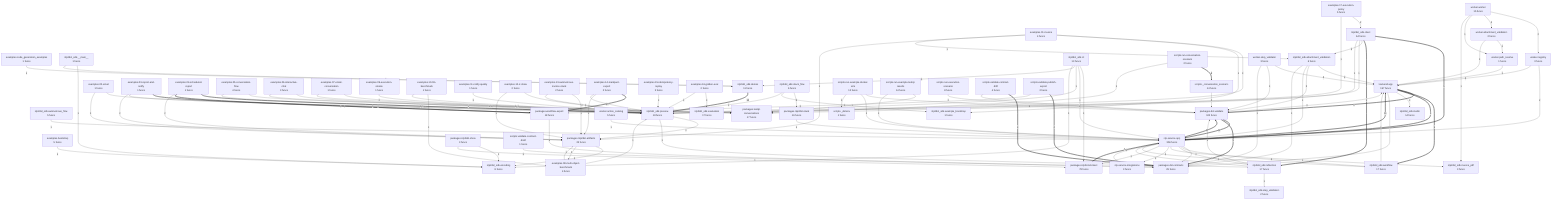
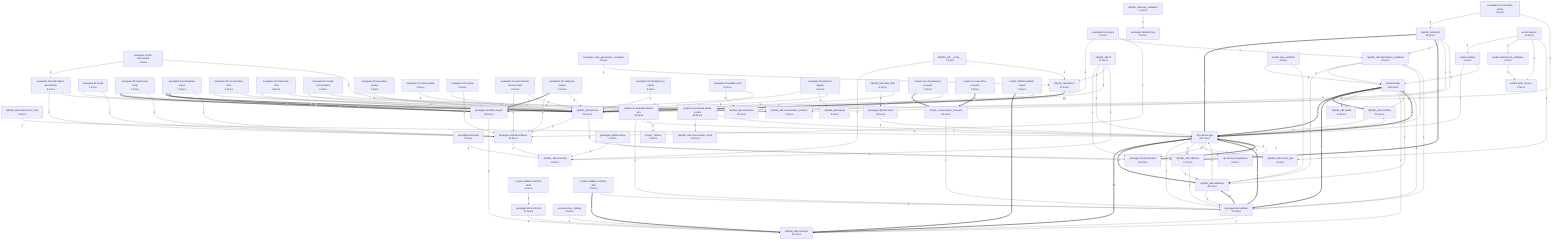
flowchart TD
%% generated in 0.06s
-     backend__app["backend.app<br/>157 funcs"]
+     backend__app["backend.app<br/>169 funcs"]
    examples__01_invoice["examples.01-invoice<br/>4 funcs"]
    examples__02_email["examples.02-email<br/>1 funcs"]
    examples__03_report_and_notify["examples.03-report-and-notify<br/>1 funcs"]
    examples__04_scheduled_report["examples.04-scheduled-report<br/>1 funcs"]
    examples__05_conversation_flow["examples.05-conversation-flow<br/>4 funcs"]
    examples__06_interactive_chat["examples.06-interactive-chat<br/>3 funcs"]
    examples__07_email_conversation["examples.07-email-conversation<br/>1 funcs"]
    examples__08_multi_object_benchmark["examples.08-multi-object-benchmark<br/>4 funcs"]
    examples__09_execution_smoke["examples.09-execution-smoke<br/>1 funcs"]
    examples__10_llm_benchmark["examples.10-llm-benchmark<br/>1 funcs"]
    examples__11_notify_quality["examples.11-notify-quality<br/>1 funcs"]
    examples__12_ir_show["examples.12-ir-show<br/>2 funcs"]
    examples__13_autonomous_invoice_stack["examples.13-autonomous-invoice-stack<br/>2 funcs"]
    examples__14_markpact_export["examples.14-markpact-export<br/>2 funcs"]
    examples__15_idempotency_replay["examples.15-idempotency-replay<br/>3 funcs"]
    examples__16_golden_eval["examples.16-golden-eval<br/>2 funcs"]
    examples__17_execution_policy["examples.17-execution-policy<br/>5 funcs"]
+     examples__20_pactown_deploy["examples.20-pactown-deploy<br/>2 funcs"]
    examples__bootstrap["examples.bootstrap<br/>5 funcs"]
    examples__code_generation_examples["examples.code_generation_examples<br/>1 funcs"]
-     nlp_service__app["nlp-service.app<br/>356 funcs"]
+     nlp_service__app["nlp-service.app<br/>397 funcs"]
    nlp_service__integrations["nlp-service.integrations<br/>3 funcs"]
    nlp2dsl_sdk____main__["nlp2dsl_sdk.__main__<br/>1 funcs"]
    nlp2dsl_sdk__attachment_validation["nlp2dsl_sdk.attachment_validation<br/>6 funcs"]
    nlp2dsl_sdk__autonomous_flow["nlp2dsl_sdk.autonomous_flow<br/>5 funcs"]
    nlp2dsl_sdk__cli["nlp2dsl_sdk.cli<br/>13 funcs"]
-     nlp2dsl_sdk__client["nlp2dsl_sdk.client<br/>64 funcs"]
+     nlp2dsl_sdk__client["nlp2dsl_sdk.client<br/>66 funcs"]
+     nlp2dsl_sdk__contracts["nlp2dsl_sdk.contracts<br/>15 funcs"]
+     nlp2dsl_sdk__conversation_artifacts["nlp2dsl_sdk.conversation_artifacts<br/>7 funcs"]
+     nlp2dsl_sdk__conversation_testql["nlp2dsl_sdk.conversation_testql<br/>10 funcs"]
    nlp2dsl_sdk__demos["nlp2dsl_sdk.demos<br/>11 funcs"]
+     nlp2dsl_sdk__deploy["nlp2dsl_sdk.deploy<br/>3 funcs"]
    nlp2dsl_sdk__encoding["nlp2dsl_sdk.encoding<br/>8 funcs"]
-     nlp2dsl_sdk__evaluation["nlp2dsl_sdk.evaluation<br/>17 funcs"]
-     nlp2dsl_sdk__example_bootstrap["nlp2dsl_sdk.example_bootstrap<br/>1 funcs"]
+     nlp2dsl_sdk__evaluation["nlp2dsl_sdk.evaluation<br/>20 funcs"]
    nlp2dsl_sdk__invoice_pdf["nlp2dsl_sdk.invoice_pdf<br/>3 funcs"]
-     nlp2dsl_sdk__mullm["nlp2dsl_sdk.mullm<br/>14 funcs"]
+     nlp2dsl_sdk__mullm["nlp2dsl_sdk.mullm<br/>24 funcs"]
    nlp2dsl_sdk__preview["nlp2dsl_sdk.preview<br/>18 funcs"]
    nlp2dsl_sdk__reflection["nlp2dsl_sdk.reflection<br/>17 funcs"]
    nlp2dsl_sdk__stack_flow["nlp2dsl_sdk.stack_flow<br/>6 funcs"]
    nlp2dsl_sdk__step_validation["nlp2dsl_sdk.step_validation<br/>2 funcs"]
-     nlp2dsl_sdk__workflow["nlp2dsl_sdk.workflow<br/>17 funcs"]
-     packages__dsl_contracts["packages.dsl-contracts<br/>29 funcs"]
-     packages__dsl_validate["packages.dsl-validate<br/>102 funcs"]
-     packages__nlp2cmd_intent["packages.nlp2cmd-intent<br/>78 funcs"]
-     packages__nlp2dsl_artifacts["packages.nlp2dsl-artifacts<br/>23 funcs"]
+     nlp2dsl_sdk__validation["nlp2dsl_sdk.validation<br/>49 funcs"]
+     nlp2dsl_sdk__workflow["nlp2dsl_sdk.workflow<br/>19 funcs"]
+     packages__dsl_contracts["packages.dsl-contracts<br/>11 funcs"]
+     packages__dsl_validate["packages.dsl-validate<br/>73 funcs"]
+     packages__nlp2cmd_intent["packages.nlp2cmd-intent<br/>96 funcs"]
+     packages__nlp2dsl_artifacts["packages.nlp2dsl-artifacts<br/>19 funcs"]
+     packages__nlp2dsl_mcp["packages.nlp2dsl-mcp<br/>6 funcs"]
    packages__nlp2dsl_show["packages.nlp2dsl-show<br/>3 funcs"]
    packages__nlp2dsl_stack["packages.nlp2dsl-stack<br/>16 funcs"]
-     packages__testql_conversations["packages.testql-conversations<br/>17 funcs"]
    packages__workflow_export["packages.workflow-export<br/>18 funcs"]
-     scripts___conversation_scenario["scripts._conversation_scenario<br/>14 funcs"]
+     scripts___conversation_scenario["scripts._conversation_scenario<br/>18 funcs"]
    scripts___dotenv["scripts._dotenv<br/>1 funcs"]
    scripts__run_conversation_scenario["scripts.run-conversation-scenario<br/>2 funcs"]
-     scripts__run_example_docker_e2e["scripts.run-example-docker-e2e<br/>12 funcs"]
-     scripts__run_example_testql_results["scripts.run-example-testql-results<br/>14 funcs"]
-     scripts__run_execution_scenario["scripts.run-execution-scenario<br/>8 funcs"]
+     scripts__run_example_docker_e2e["scripts.run-example-docker-e2e<br/>18 funcs"]
+     scripts__run_example_testql_results["scripts.run-example-testql-results<br/>18 funcs"]
+     scripts__run_execution_scenario["scripts.run-execution-scenario<br/>3 funcs"]
    scripts__validate_contract_draft["scripts.validate-contract-draft<br/>1 funcs"]
    scripts__validate_contract_drift["scripts.validate-contract-drift<br/>4 funcs"]
    scripts__validate_publish_export["scripts.validate-publish-export<br/>2 funcs"]
    worker__action_catalog["worker.action_catalog<br/>5 funcs"]
    worker__attachment_validation["worker.attachment_validation<br/>2 funcs"]
-     worker__path_resolve["worker.path_resolve<br/>1 funcs"]
+     worker__path_resolve["worker.path_resolve<br/>3 funcs"]
    worker__registry["worker.registry<br/>3 funcs"]
    worker__step_validator["worker.step_validator<br/>3 funcs"]
    worker__worker["worker.worker<br/>15 funcs"]
+     packages__dsl_validate ==>|19| nlp2dsl_sdk__validation
+     nlp_service__app ==>|18| nlp2dsl_sdk__contracts
    nlp_service__app ==>|11| backend__app
-     packages__dsl_validate ==>|11| nlp_service__app
    nlp2dsl_sdk__demos ==>|10| nlp2dsl_sdk__preview
+     nlp_service__app ==>|10| nlp2dsl_sdk__validation
+     packages__dsl_validate ==>|8| nlp_service__app
    scripts__run_conversation_scenario ==>|8| scripts___conversation_scenario
    packages__nlp2cmd_intent ==>|7| nlp_service__app
-     backend__app ==>|6| packages__dsl_validate
-     nlp_service__app ==>|6| packages__dsl_validate
    backend__app ==>|5| nlp2dsl_sdk__workflow
    backend__app ==>|5| nlp_service__app
-     packages__dsl_validate ==>|5| packages__dsl_contracts
    nlp2dsl_sdk__client ==>|5| nlp_service__app
+     backend__app ==>|4| packages__dsl_validate
+     nlp2dsl_sdk__client ==>|4| nlp2dsl_sdk__reflection
    examples__04_scheduled_report ==>|4| nlp2dsl_sdk__preview
    examples__04_scheduled_report ==>|4| packages__workflow_export
    examples__14_markpact_export ==>|4| packages__workflow_export
    examples__03_report_and_notify ==>|4| packages__workflow_export
-     scripts__validate_contract_drift ==>|4| packages__dsl_contracts
-     scripts__validate_publish_export ==>|4| packages__dsl_contracts
-     nlp2dsl_sdk__client ==>|4| nlp2dsl_sdk__reflection
+     scripts__validate_contract_drift ==>|4| nlp2dsl_sdk__contracts
+     scripts__validate_publish_export ==>|4| nlp2dsl_sdk__contracts
+     scripts__run_execution_scenario ==>|4| scripts___conversation_scenario
    backend__app -->|3| nlp2dsl_sdk__mullm
-     backend__app -->|3| packages__dsl_contracts
+     backend__app -->|3| nlp2dsl_sdk__contracts
+     backend__app -->|3| nlp2dsl_sdk__validation
+     packages__dsl_validate -->|3| backend__app
+     nlp2dsl_sdk__client -->|3| nlp2dsl_sdk__attachment_validation
    nlp2dsl_sdk__stack_flow -->|3| packages__nlp2dsl_stack
    nlp2dsl_sdk__preview -->|3| packages__nlp2dsl_artifacts
    examples__11_notify_quality -->|3| nlp2dsl_sdk__preview
    examples__16_golden_eval -->|3| nlp2dsl_sdk__evaluation
    examples__01_invoice -->|3| nlp2dsl_sdk__preview
    examples__12_ir_show -->|3| nlp2dsl_sdk__preview
+     examples__20_pactown_deploy -->|3| packages__workflow_export
    examples__03_report_and_notify -->|3| nlp2dsl_sdk__preview
    examples__02_email -->|3| nlp2dsl_sdk__preview
-     nlp_service__app -->|3| packages__dsl_contracts
+     examples__15_idempotency_replay -->|3| nlp2dsl_sdk__preview
    nlp_service__app -->|3| nlp2dsl_sdk__workflow
    worker__step_validator -->|3| backend__app
-     scripts__run_example_docker_e2e -->|3| packages__dsl_validate
    scripts__validate_publish_export -->|3| packages__workflow_export
    scripts__validate_contract_draft -->|3| packages__dsl_contracts
-     packages__dsl_validate -->|3| backend__app
-     nlp2dsl_sdk__client -->|3| nlp2dsl_sdk__attachment_validation
-     examples__15_idempotency_replay -->|3| nlp2dsl_sdk__preview
+     packages__dsl_validate -->|2| nlp2dsl_sdk__contracts
+     packages__workflow_export -->|2| nlp2dsl_sdk__contracts
    nlp2dsl_sdk__attachment_validation -->|2| backend__app
-     nlp2dsl_sdk__attachment_validation -->|2| packages__dsl_validate
+     nlp2dsl_sdk__attachment_validation -->|2| nlp2dsl_sdk__validation
    examples__09_execution_smoke -->|2| nlp2dsl_sdk__preview
    examples__04_scheduled_report -->|2| packages__nlp2dsl_artifacts
+     examples__20_pactown_deploy -->|2| nlp2dsl_sdk__deploy
    examples__07_email_conversation -->|2| nlp2dsl_sdk__preview
    examples__03_report_and_notify -->|2| packages__nlp2dsl_artifacts
    examples__17_execution_policy -->|2| nlp2dsl_sdk__client
    worker__registry -->|2| nlp_service__app
    worker__registry -->|2| backend__app
+     worker__step_validator -->|2| nlp2dsl_sdk__validation
    worker__worker -->|2| worker__registry
-     scripts__run_execution_scenario -->|2| packages__dsl_validate
+     scripts__run_example_docker_e2e -->|2| packages__dsl_validate
    scripts___conversation_scenario -->|2| packages__dsl_validate
-     packages__workflow_export -->|2| packages__dsl_contracts
+     packages__dsl_contracts -->|1| nlp2dsl_sdk__contracts
+     nlp2dsl_sdk__validation -->|1| nlp_service__app
+     nlp2dsl_sdk__validation -->|1| packages__dsl_validate
+     packages__nlp2dsl_stack -->|1| nlp_service__app
    packages__nlp2dsl_show -->|1| nlp2dsl_sdk__encoding
    packages__nlp2dsl_show -->|1| packages__nlp2cmd_intent
+     packages__nlp2dsl_artifacts -->|1| nlp2dsl_sdk__encoding
    nlp2dsl_sdk__cli -->|1| packages__nlp2cmd_intent
    nlp2dsl_sdk__cli -->|1| nlp_service__app
    nlp2dsl_sdk__cli -->|1| nlp2dsl_sdk__preview
    nlp2dsl_sdk__cli -->|1| nlp2dsl_sdk__demos
    nlp2dsl_sdk__cli -->|1| nlp2dsl_sdk__encoding
+     nlp2dsl_sdk__step_validation -->|1| packages__nlp2dsl_mcp
+     nlp2dsl_sdk__client -->|1| nlp2dsl_sdk__preview
+     nlp2dsl_sdk__client -->|1| nlp2dsl_sdk__conversation_artifacts
    nlp2dsl_sdk____main__ -->|1| nlp2dsl_sdk__encoding
    nlp2dsl_sdk____main__ -->|1| nlp2dsl_sdk__demos
    nlp2dsl_sdk__attachment_validation -->|1| nlp_service__app
-     nlp2dsl_sdk__attachment_validation -->|1| packages__dsl_contracts
+     nlp2dsl_sdk__attachment_validation -->|1| packages__dsl_validate
+     nlp2dsl_sdk__reflection -->|1| nlp2dsl_sdk__validation
+     nlp2dsl_sdk__reflection -->|1| nlp_service__app
    nlp2dsl_sdk__reflection -->|1| packages__dsl_validate
-     nlp2dsl_sdk__reflection -->|1| nlp_service__app
-     nlp2dsl_sdk__reflection -->|1| nlp2dsl_sdk__step_validation
-     nlp2dsl_sdk__stack_flow -->|1| nlp2dsl_sdk__example_bootstrap
    nlp2dsl_sdk__stack_flow -->|1| nlp2dsl_sdk__preview
    nlp2dsl_sdk__autonomous_flow -->|1| nlp_service__app
    nlp2dsl_sdk__preview -->|1| nlp2dsl_sdk__reflection
    nlp2dsl_sdk__workflow -->|1| backend__app
    nlp2dsl_sdk__workflow -->|1| nlp_service__app
+     examples__bootstrap -->|1| nlp2dsl_sdk__encoding
    examples__code_generation_examples -->|1| nlp2dsl_sdk__demos
    examples__13_autonomous_invoice_stack -->|1| packages__nlp2dsl_artifacts
    examples__13_autonomous_invoice_stack -->|1| nlp2dsl_sdk__preview
    examples__10_llm_benchmark -->|1| examples__08_multi_object_benchmark
    examples__10_llm_benchmark -->|1| nlp2dsl_sdk__preview
-     examples__05_conversation_flow -->|1| packages__testql_conversations
+     examples__05_conversation_flow -->|1| nlp2dsl_sdk__conversation_artifacts
    examples__05_conversation_flow -->|1| nlp2dsl_sdk__preview
    examples__16_golden_eval -->|1| nlp2dsl_sdk__preview
-     examples__01_invoice -->|1| nlp2dsl_sdk__example_bootstrap
    examples__01_invoice -->|1| packages__nlp2dsl_artifacts
    examples__01_invoice -->|1| nlp2dsl_sdk__attachment_validation
    examples__12_ir_show -->|1| packages__nlp2dsl_artifacts
+     examples__20_pactown_deploy -->|1| nlp2dsl_sdk__preview
    examples__14_markpact_export -->|1| packages__nlp2dsl_artifacts
    examples__14_markpact_export -->|1| nlp2dsl_sdk__preview
-     examples__07_email_conversation -->|1| packages__testql_conversations
+     examples__07_email_conversation -->|1| nlp2dsl_sdk__conversation_artifacts
    examples__17_execution_policy -->|1| nlp2dsl_sdk__preview
    examples__02_email -->|1| packages__nlp2dsl_artifacts
    examples__06_interactive_chat -->|1| nlp2dsl_sdk__preview
-     examples__06_interactive_chat -->|1| packages__testql_conversations
+     examples__06_interactive_chat -->|1| nlp2dsl_sdk__conversation_artifacts
    examples__08_multi_object_benchmark -->|1| packages__nlp2dsl_artifacts
    examples__08_multi_object_benchmark -->|1| nlp2dsl_sdk__preview
+     nlp_service__app -->|1| packages__dsl_validate
    nlp_service__app -->|1| nlp2dsl_sdk__reflection
    nlp_service__app -->|1| nlp2dsl_sdk__invoice_pdf
    nlp_service__app -->|1| nlp_service__integrations
    nlp_service__app -->|1| packages__nlp2cmd_intent
    nlp_service__integrations -->|1| nlp_service__app
-     worker__action_catalog -->|1| nlp_service__app
-     worker__step_validator -->|1| packages__dsl_validate
-     worker__step_validator -->|1| packages__dsl_contracts
+     worker__action_catalog -->|1| nlp2dsl_sdk__contracts
    worker__attachment_validation -->|1| worker__path_resolve
-     worker__attachment_validation -->|1| backend__app
-     worker__path_resolve -->|1| backend__app
    worker__worker -->|1| worker__attachment_validation
    worker__worker -->|1| worker__path_resolve
    worker__worker -->|1| nlp2dsl_sdk__invoice_pdf
    scripts__validate_contract_drift -->|1| packages__dsl_validate
-     scripts__run_example_testql_results -->|1| packages__testql_conversations
+     scripts__run_example_testql_results -->|1| nlp2dsl_sdk__conversation_testql
    scripts__run_example_testql_results -->|1| nlp_service__app
    scripts__run_example_docker_e2e -->|1| nlp_service__app
    scripts__run_example_docker_e2e -->|1| scripts___dotenv
-     scripts__run_conversation_scenario -->|1| packages__testql_conversations
-     packages__nlp2dsl_artifacts -->|1| nlp2dsl_sdk__encoding
-     packages__nlp2dsl_artifacts -->|1| examples__08_multi_object_benchmark
-     packages__nlp2dsl_stack -->|1| nlp_service__app
-     nlp2dsl_sdk__client -->|1| nlp2dsl_sdk__preview
-     nlp2dsl_sdk__client -->|1| packages__testql_conversations
-     examples__bootstrap -->|1| nlp2dsl_sdk__encoding
+     scripts__run_conversation_scenario -->|1| nlp2dsl_sdk__conversation_artifacts
